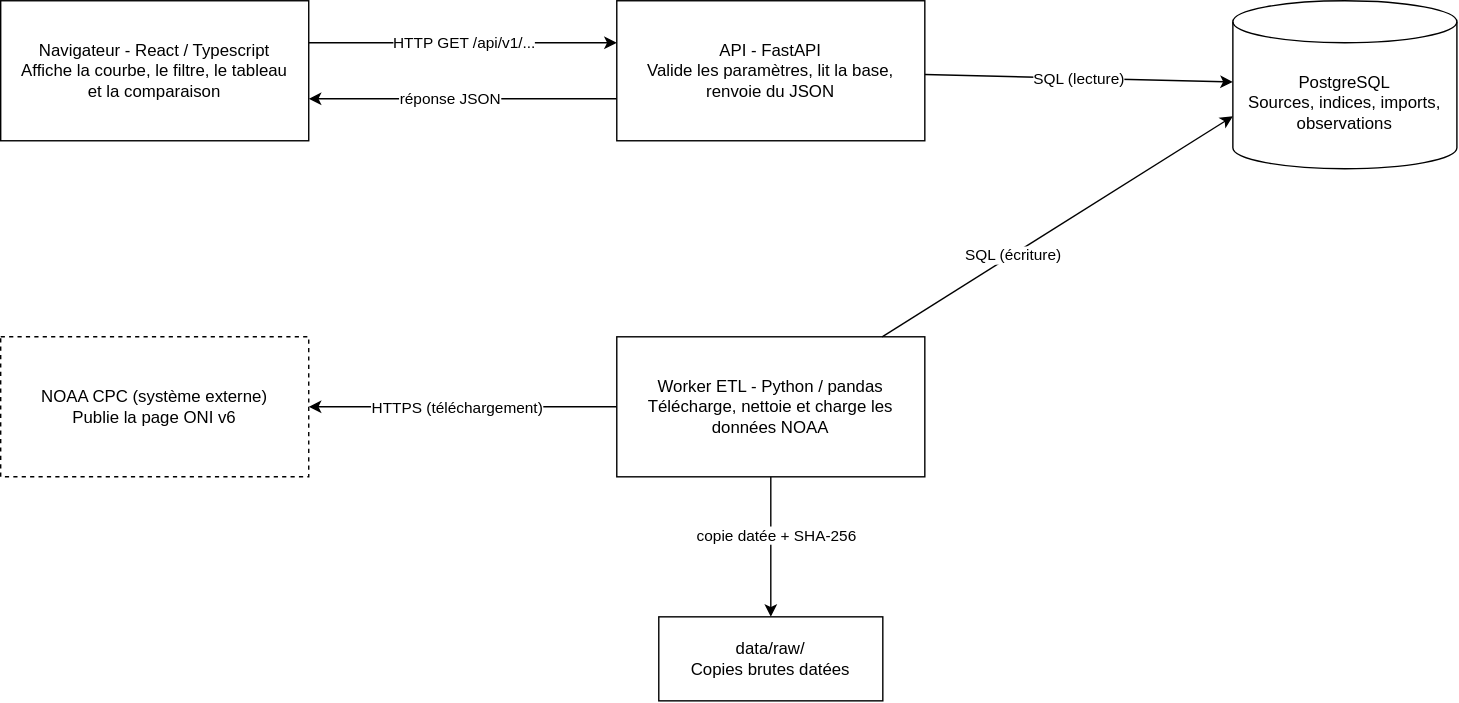
The draw.io diagram docs/diagrams/architecture.drawio.svg in obsg13/ENSO-Monitor, before a commit. Source tidied: cells renumbered, new cells last; positions are measured from the earlier drawing's top-left corner, leaving out a move shared by most shapes.
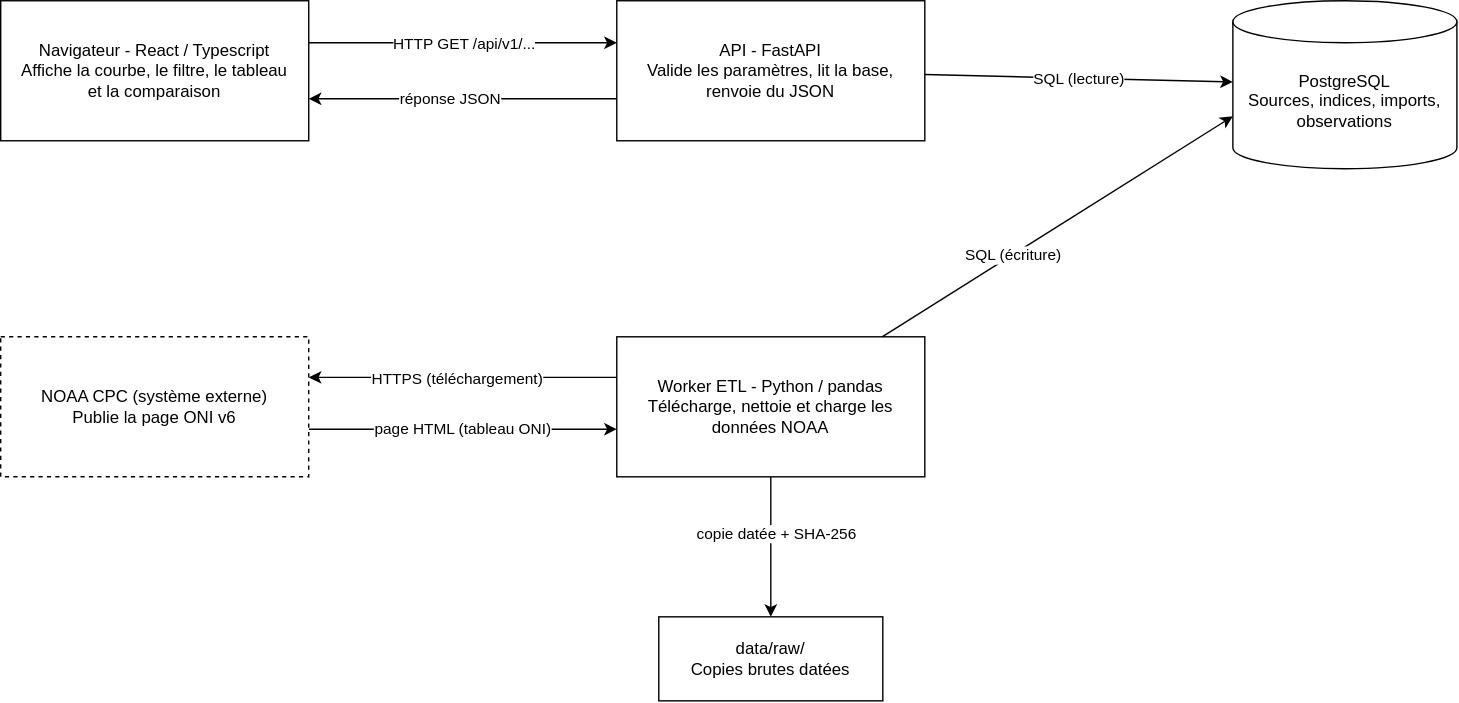
After the change.

Commit message:
docs: add NOAA response arrow to architecture diagram

The edit, as a diff of the source:
```diff
@@ -41,11 +41,20 @@
     <mxCell id="10" value="PostgreSQL&lt;br&gt;Sources, indices, imports, observations" style="shape=cylinder3;whiteSpace=wrap;html=1;boundedLbl=1;backgroundOutline=1;size=15;" parent="1" vertex="1">
       <mxGeometry x="880" width="160" height="120" as="geometry" />
     </mxCell>
+    <mxCell id="20" value="page HTML (tableau ONI)" style="edgeStyle=none;html=1;entryX=0;entryY=0.5;entryDx=0;entryDy=0;" parent="1" edge="1">
+      <mxGeometry relative="1" as="geometry">
+        <mxPoint x="220" y="306" as="sourcePoint" />
+        <mxPoint x="440" y="306" as="targetPoint" />
+      </mxGeometry>
+    </mxCell>
     <mxCell id="11" value="NOAA CPC (système externe)&lt;br&gt;Publie la page ONI v6" style="rounded=0;whiteSpace=wrap;html=1;strokeColor=default;dashed=1;" parent="1" vertex="1">
       <mxGeometry y="240" width="220" height="100" as="geometry" />
     </mxCell>
-    <mxCell id="12" style="edgeStyle=none;html=1;entryX=1;entryY=0.5;entryDx=0;entryDy=0;" parent="1" edge="1" source="16" target="11">
-      <mxGeometry relative="1" as="geometry" />
+    <mxCell id="12" style="edgeStyle=none;html=1;entryX=1;entryY=0.5;entryDx=0;entryDy=0;" parent="1" edge="1">
+      <mxGeometry relative="1" as="geometry">
+        <mxPoint x="440" y="269" as="sourcePoint" />
+        <mxPoint x="220" y="269" as="targetPoint" />
+      </mxGeometry>
     </mxCell>
     <mxCell id="13" value="HTTPS (téléchargement)" style="edgeLabel;html=1;align=center;verticalAlign=middle;" parent="12" vertex="1">
       <mxGeometry x="0.26" relative="1" as="geometry">
```
